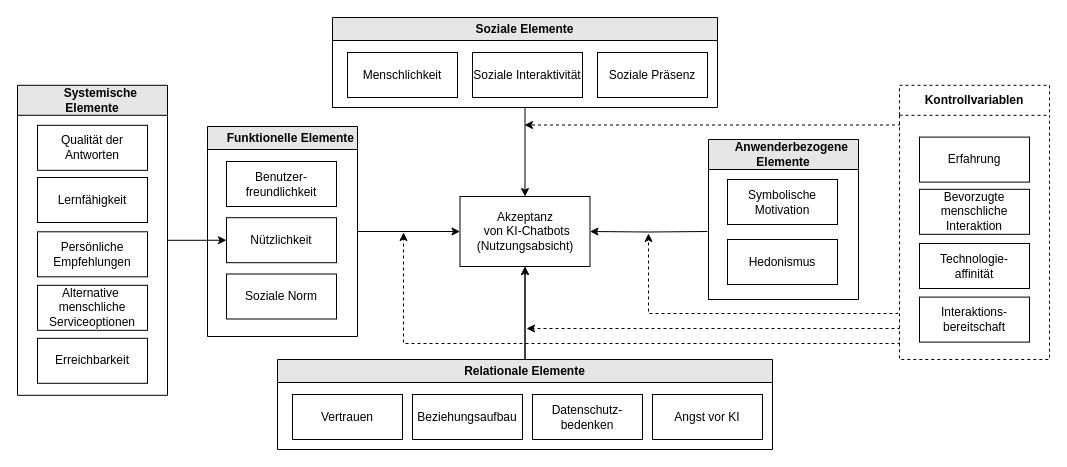
This is sRAM.drawio from Frododo12/Web-Technologie, a draw.io file, before an edit. Source tidied: cells renumbered, new cells numbered last; positions are measured from the earlier drawing's top-left corner, leaving out a move shared by most shapes. Both pictures are drawn from the tidied source at 100%, with x=0, y=0 at pixel (17, 17).
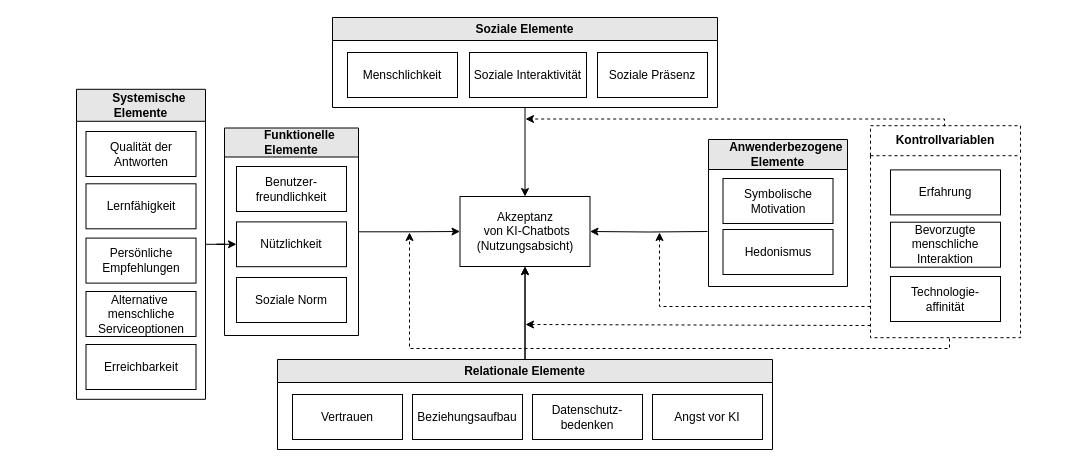
After the change.

The change refers to these unchanged cells:
```xml
<mxCell id="16" value="Soziale Elemente" style="swimlane;whiteSpace=wrap;html=1;fillColor=#E6E6E6;" parent="1" vertex="1">
  <mxGeometry x="315" width="385" height="90" as="geometry" />
</mxCell>
```

What changed in the source:
```diff
@@
-    <mxCell id="11" value="&amp;nbsp; &amp;nbsp; &amp;nbsp;Funktionelle Elemente" style="swimlane;whiteSpace=wrap;html=1;fillColor=#E6E6E6;" parent="1" vertex="1">
-      <mxGeometry x="190" y="109" width="150" height="210" as="geometry" />
+    <mxCell id="11" value="&amp;nbsp; &amp;nbsp; &amp;nbsp;Funktionelle Elemente" style="swimlane;whiteSpace=wrap;html=1;fillColor=#E6E6E6;startSize=29;" parent="1" vertex="1">
+      <mxGeometry x="207" y="110.5" width="134" height="207.5" as="geometry" />
     </mxCell>
     <mxCell id="12" value="Nützlichkeit" style="rounded=0;whiteSpace=wrap;html=1;" parent="11" vertex="1">
-      <mxGeometry x="19" y="91.2" width="110" height="45" as="geometry" />
+      <mxGeometry x="12" y="93.9" width="110" height="44.8" as="geometry" />
     </mxCell>
     <mxCell id="13" value="Soziale Norm" style="rounded=0;whiteSpace=wrap;html=1;" parent="11" vertex="1">
-      <mxGeometry x="19" y="147.5" width="110" height="45" as="geometry" />
+      <mxGeometry x="12" y="149.5" width="110" height="45" as="geometry" />
     </mxCell>
     <mxCell id="14" value="Benutzer-freundlichkeit" style="rounded=0;whiteSpace=wrap;html=1;" parent="11" vertex="1">
-      <mxGeometry x="19" y="35" width="110" height="45" as="geometry" />
+      <mxGeometry x="12" y="38.5" width="110" height="45" as="geometry" />
     </mxCell>
@@
     <mxCell id="17" value="Soziale Interaktivität" style="rounded=0;whiteSpace=wrap;html=1;" parent="16" vertex="1">
-      <mxGeometry x="140" y="35" width="110" height="45" as="geometry" />
+      <mxGeometry x="137" y="35" width="117" height="45" as="geometry" />
     </mxCell>
@@
-    <mxCell id="21" value="&amp;nbsp; &amp;nbsp; &amp;nbsp;Anwenderbezogene Elemente" style="swimlane;whiteSpace=wrap;html=1;startSize=30;fillColor=#E6E6E6;" parent="1" vertex="1">
-      <mxGeometry x="691" y="122" width="150" height="160" as="geometry" />
+    <mxCell id="21" value="&amp;nbsp; &amp;nbsp; &amp;nbsp;Anwenderbezogene&lt;br style=&quot;border-color: var(--border-color);&quot;&gt;Elemente" style="swimlane;whiteSpace=wrap;html=1;startSize=30;fillColor=#E6E6E6;" parent="1" vertex="1">
+      <mxGeometry x="691" y="122" width="139" height="147" as="geometry" />
     </mxCell>
     <mxCell id="22" value="Hedonismus" style="rounded=0;whiteSpace=wrap;html=1;" parent="21" vertex="1">
-      <mxGeometry x="19" y="100" width="110" height="45" as="geometry" />
+      <mxGeometry x="14.5" y="90" width="110" height="45" as="geometry" />
     </mxCell>
     <mxCell id="23" value="Symbolische&lt;br&gt;Motivation" style="rounded=0;whiteSpace=wrap;html=1;" parent="21" vertex="1">
-      <mxGeometry x="19" y="40" width="110" height="45" as="geometry" />
+      <mxGeometry x="14.5" y="39" width="110" height="45" as="geometry" />
     </mxCell>
@@
-    <mxCell id="25" value="&amp;nbsp; &amp;nbsp; &amp;nbsp;Systemische &lt;br&gt;Elemente" style="swimlane;whiteSpace=wrap;html=1;startSize=30;fillColor=#E6E6E6;" parent="1" vertex="1">
-      <mxGeometry y="67.8" width="150" height="310" as="geometry" />
+    <mxCell id="25" value="&amp;nbsp; &amp;nbsp; &amp;nbsp;Systemische &lt;br&gt;Elemente" style="swimlane;whiteSpace=wrap;html=1;startSize=32;fillColor=#E6E6E6;" parent="1" vertex="1">
+      <mxGeometry x="59" y="71.8" width="129" height="310" as="geometry" />
     </mxCell>
     <mxCell id="26" value="Qualität der Antworten" style="rounded=0;whiteSpace=wrap;html=1;" parent="25" vertex="1">
-      <mxGeometry x="20" y="40" width="110" height="45" as="geometry" />
+      <mxGeometry x="9.5" y="42.2" width="110" height="45" as="geometry" />
     </mxCell>
     <mxCell id="27" value="Lernfähigkeit" style="rounded=0;whiteSpace=wrap;html=1;" parent="25" vertex="1">
-      <mxGeometry x="20" y="92.2" width="110" height="45" as="geometry" />
+      <mxGeometry x="9.5" y="94.5" width="110" height="45" as="geometry" />
     </mxCell>
     <mxCell id="28" value="Persönliche&lt;br&gt;Empfehlungen" style="rounded=0;whiteSpace=wrap;html=1;" parent="25" vertex="1">
-      <mxGeometry x="20" y="146.5" width="110" height="45" as="geometry" />
+      <mxGeometry x="9.5" y="148.8" width="110" height="45" as="geometry" />
     </mxCell>
     <mxCell id="29" value="Alternative&amp;nbsp;&lt;br&gt;menschliche Serviceoptionen" style="rounded=0;whiteSpace=wrap;html=1;" parent="25" vertex="1">
-      <mxGeometry x="20" y="200" width="110" height="45" as="geometry" />
+      <mxGeometry x="9.5" y="202.2" width="110" height="45" as="geometry" />
     </mxCell>
     <mxCell id="30" value="Erreichbarkeit" style="rounded=0;whiteSpace=wrap;html=1;" parent="25" vertex="1">
-      <mxGeometry x="20" y="253" width="110" height="45" as="geometry" />
+      <mxGeometry x="9.5" y="255.2" width="110" height="45" as="geometry" />
     </mxCell>
     <mxCell id="31" value="Kontrollvariablen" style="swimlane;whiteSpace=wrap;html=1;startSize=30;fillColor=#FFFFFF;dashed=1;" parent="1" vertex="1">
-      <mxGeometry x="882" y="67.8" width="150" height="274.2" as="geometry" />
+      <mxGeometry x="853" y="108.2" width="150" height="212" as="geometry" />
     </mxCell>
-    <mxCell id="32" value="Erfahrung" style="rounded=0;whiteSpace=wrap;html=1;" parent="31" vertex="1">
-      <mxGeometry x="20" y="51.8" width="110" height="45" as="geometry" />
-    </mxCell>
     <mxCell id="33" value="Bevorzugte menschliche Interaktion" style="rounded=0;whiteSpace=wrap;html=1;" parent="31" vertex="1">
-      <mxGeometry x="20" y="104" width="110" height="45" as="geometry" />
+      <mxGeometry x="20" y="96.5" width="110" height="45" as="geometry" />
     </mxCell>
     <mxCell id="34" value="Technologie-&lt;br&gt;affinität" style="rounded=0;whiteSpace=wrap;html=1;" parent="31" vertex="1">
-      <mxGeometry x="20" y="158.2" width="110" height="45" as="geometry" />
+      <mxGeometry x="20" y="150.8" width="110" height="45" as="geometry" />
     </mxCell>
-    <mxCell id="35" value="Interaktions-&lt;br&gt;bereitschaft" style="rounded=0;whiteSpace=wrap;html=1;" parent="31" vertex="1">
-      <mxGeometry x="20" y="211.8" width="110" height="45" as="geometry" />
-    </mxCell>
-    <mxCell id="36" style="edgeStyle=orthogonalEdgeStyle;rounded=0;orthogonalLoop=1;jettySize=auto;html=1;dashed=1;" parent="1" edge="1">
-      <mxGeometry relative="1" as="geometry">
-        <mxPoint x="882" y="310" as="sourcePoint" />
-        <mxPoint x="509" y="311" as="targetPoint" />
-        <Array as="points">
-          <mxPoint x="882.5" y="311" />
-        </Array>
-      </mxGeometry>
-    </mxCell>
+    <mxCell id="32" value="Erfahrung" style="rounded=0;whiteSpace=wrap;html=1;" parent="31" vertex="1">
+      <mxGeometry x="20" y="44.2" width="110" height="45" as="geometry" />
+    </mxCell>
     <mxCell id="37" style="edgeStyle=orthogonalEdgeStyle;rounded=0;orthogonalLoop=1;jettySize=auto;html=1;dashed=1;" parent="1" edge="1">
       <mxGeometry relative="1" as="geometry">
-        <mxPoint x="882" y="325" as="sourcePoint" />
-        <mxPoint x="386" y="215" as="targetPoint" />
+        <mxPoint x="932" y="321" as="sourcePoint" />
+        <mxPoint x="392" y="215" as="targetPoint" />
         <Array as="points">
-          <mxPoint x="882.5" y="326" />
+          <mxPoint x="932" y="331" />
+          <mxPoint x="392" y="331" />
         </Array>
       </mxGeometry>
     </mxCell>
-    <mxCell id="38" style="edgeStyle=orthogonalEdgeStyle;rounded=0;orthogonalLoop=1;jettySize=auto;html=1;dashed=1;" parent="1" edge="1">
+    <mxCell id="38" style="edgeStyle=orthogonalEdgeStyle;rounded=0;jettySize=auto;html=1;dashed=1;exitX=0.5;exitY=0;exitDx=0;exitDy=0;" parent="1" edge="1" source="31">
       <mxGeometry relative="1" as="geometry">
-        <mxPoint x="882" y="106" as="sourcePoint" />
-        <mxPoint x="507" y="107.5" as="targetPoint" />
+        <mxPoint x="508" y="101.5" as="targetPoint" />
         <Array as="points">
-          <mxPoint x="882.5" y="107" />
+          <mxPoint x="927" y="108" />
+          <mxPoint x="927" y="102" />
         </Array>
       </mxGeometry>
     </mxCell>
     <mxCell id="39" style="edgeStyle=orthogonalEdgeStyle;rounded=0;orthogonalLoop=1;jettySize=auto;html=1;dashed=1;" parent="1" edge="1">
       <mxGeometry relative="1" as="geometry">
-        <mxPoint x="880" y="295" as="sourcePoint" />
-        <mxPoint x="631" y="216" as="targetPoint" />
+        <mxPoint x="853" y="289" as="sourcePoint" />
+        <mxPoint x="642" y="215" as="targetPoint" />
         <Array as="points">
-          <mxPoint x="880.5" y="296" />
+          <mxPoint x="642" y="289" />
         </Array>
       </mxGeometry>
     </mxCell>
+    <mxCell id="40" style="edgeStyle=orthogonalEdgeStyle;rounded=0;orthogonalLoop=1;jettySize=auto;html=1;dashed=1;" parent="1" edge="1">
+      <mxGeometry relative="1" as="geometry">
+        <mxPoint x="853" y="308" as="sourcePoint" />
+        <mxPoint x="508" y="307" as="targetPoint" />
+        <Array as="points">
+          <mxPoint x="850" y="308" />
+          <mxPoint x="850" y="308" />
+        </Array>
+      </mxGeometry>
+    </mxCell>
```
